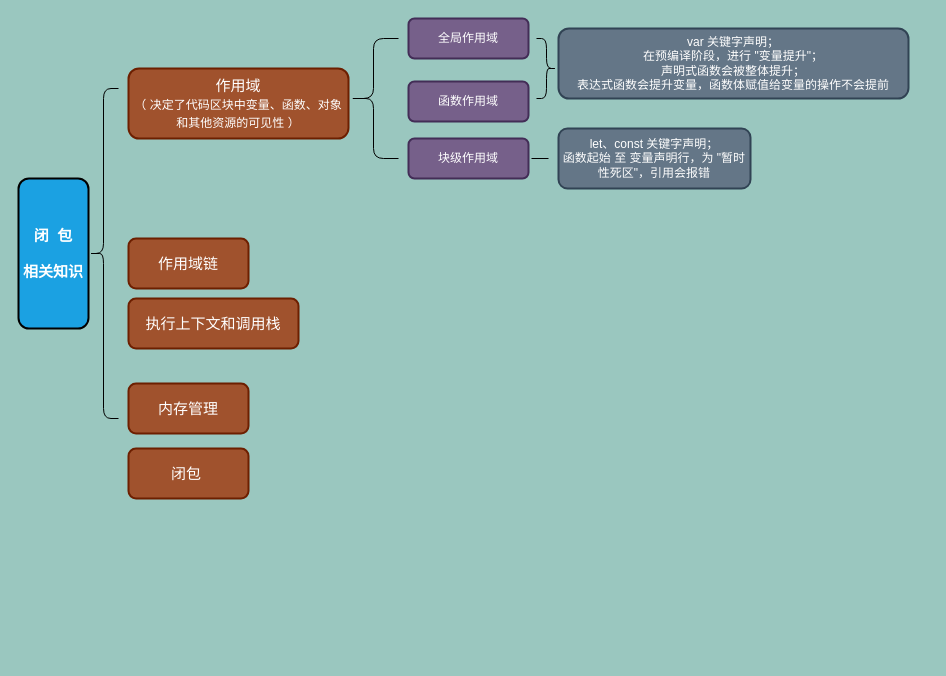
Earlier version of the draw.io diagram 闭包.drawio (arrayListTwo/draw). Source tidied: cells renumbered, new cells numbered last; positions are measured from the earlier drawing's top-left corner, leaving out a move shared by most shapes. Both pictures are drawn from the tidied source at 100%, with x=0, y=0 at pixel (18, 18).
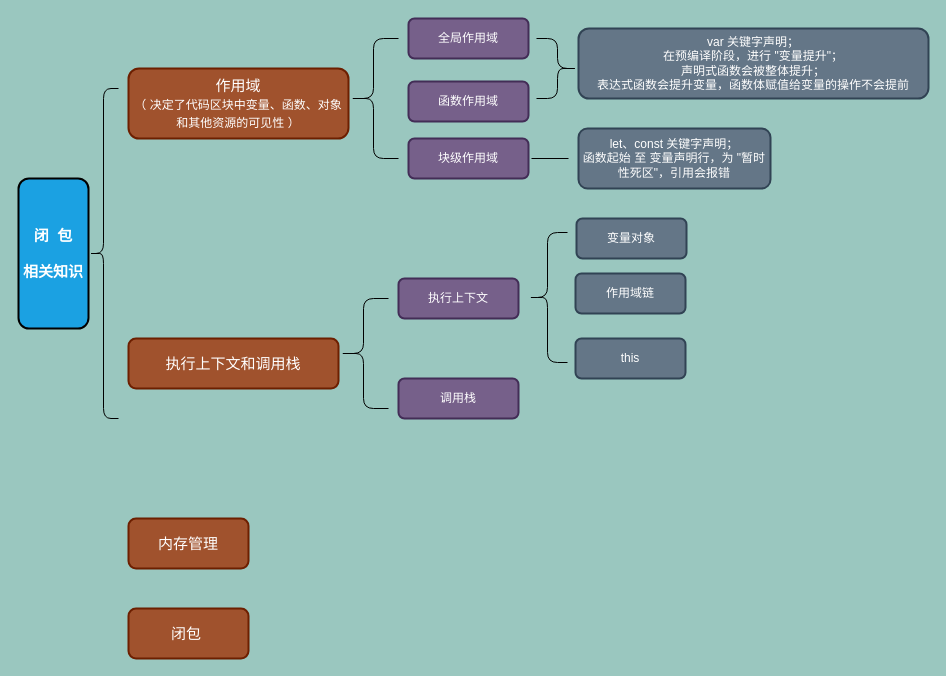
Above is the later version.

Diff of the diagram source:
```diff
@@
-    <mxCell id="4" value="作用域链" style="whiteSpace=wrap;html=1;strokeWidth=2;fillWeight=4;hachureGap=8;hachureAngle=45;fillColor=#a0522d;fillStyle=solid;fontSize=15;fontColor=#ffffff;strokeColor=#6D1F00;rounded=1;" parent="1" vertex="1">
-      <mxGeometry x="110" y="220" width="120" height="50" as="geometry" />
-    </mxCell>
     <mxCell id="5" value="执行上下文和调用栈" style="whiteSpace=wrap;html=1;strokeWidth=2;fillWeight=4;hachureGap=8;hachureAngle=45;fillColor=#a0522d;fillStyle=solid;fontSize=15;fontColor=#ffffff;strokeColor=#6D1F00;rounded=1;" parent="1" vertex="1">
-      <mxGeometry x="110" y="280" width="170" height="50" as="geometry" />
+      <mxGeometry x="110" y="320" width="210" height="50" as="geometry" />
     </mxCell>
     <mxCell id="6" value="内存管理" style="whiteSpace=wrap;html=1;strokeWidth=2;fillWeight=4;hachureGap=8;hachureAngle=45;fillColor=#a0522d;fillStyle=solid;fontSize=15;fontColor=#ffffff;strokeColor=#6D1F00;rounded=1;" parent="1" vertex="1">
-      <mxGeometry x="110" y="365" width="120" height="50" as="geometry" />
+      <mxGeometry x="110" y="500" width="120" height="50" as="geometry" />
     </mxCell>
     <mxCell id="7" value="闭包&amp;nbsp;" style="whiteSpace=wrap;html=1;strokeWidth=2;fillWeight=4;hachureGap=8;hachureAngle=45;fillColor=#a0522d;fillStyle=solid;fontSize=15;fontColor=#ffffff;strokeColor=#6D1F00;rounded=1;" parent="1" vertex="1">
-      <mxGeometry x="110" y="430" width="120" height="50" as="geometry" />
+      <mxGeometry x="110" y="590" width="120" height="50" as="geometry" />
     </mxCell>
@@
     <mxCell id="13" value="let、const 关键字声明；&lt;br&gt;函数起始 至 变量声明行，为 &quot;暂时性死区&quot;，引用会报错" style="whiteSpace=wrap;html=1;strokeWidth=2;fillWeight=4;hachureGap=8;hachureAngle=45;fillColor=#647687;fillStyle=solid;fontSize=12;fontColor=#ffffff;strokeColor=#314354;rounded=1;" parent="1" vertex="1">
-      <mxGeometry x="540" y="110" width="192" height="60" as="geometry" />
+      <mxGeometry x="560" y="110" width="192" height="60" as="geometry" />
     </mxCell>
     <mxCell id="14" value="var 关键字声明；&lt;br&gt;在预编译阶段，进行 &quot;变量提升&quot;；&lt;br&gt;声明式函数会被整体提升；&lt;br&gt;表达式函数会提升变量，函数体赋值给变量的操作不会提前" style="whiteSpace=wrap;html=1;strokeWidth=2;fillWeight=4;hachureGap=8;hachureAngle=45;fillColor=#647687;fillStyle=solid;fontSize=12;fontColor=#ffffff;strokeColor=#314354;rounded=1;" parent="1" vertex="1">
-      <mxGeometry x="540" y="10" width="350" height="70" as="geometry" />
+      <mxGeometry x="560" y="10" width="350" height="70" as="geometry" />
     </mxCell>
     <mxCell id="15" style="shape=curlyBracket;whiteSpace=wrap;html=1;flipH=1;fillStyle=solid;fontSize=12;fontColor=#FFFFFF;fillColor=#A5674A;gradientColor=none;rounded=1;" parent="1" vertex="1">
-      <mxGeometry x="518" y="20" width="20" height="60" as="geometry" />
+      <mxGeometry x="518" y="20" width="42" height="60" as="geometry" />
     </mxCell>
     <mxCell id="16" style="line;strokeWidth=1;html=1;perimeter=backbonePerimeter;fillStyle=solid;fontSize=12;fontColor=#FFFFFF;fillColor=#A5674A;gradientColor=none;rounded=1;" parent="1" vertex="1">
-      <mxGeometry x="513" y="135" width="17" height="10" as="geometry" />
+      <mxGeometry x="513" y="135" width="37" height="10" as="geometry" />
     </mxCell>
+    <mxCell id="17" value="执行上下文" style="whiteSpace=wrap;html=1;strokeWidth=2;fillWeight=4;hachureGap=8;hachureAngle=45;fillColor=#76608a;fillStyle=solid;fontSize=12;fontColor=#ffffff;strokeColor=#432D57;rounded=1;" parent="1" vertex="1">
+      <mxGeometry x="380" y="260" width="120" height="40" as="geometry" />
+    </mxCell>
+    <mxCell id="18" value="调用栈" style="whiteSpace=wrap;html=1;strokeWidth=2;fillWeight=4;hachureGap=8;hachureAngle=45;fillColor=#76608a;fillStyle=solid;fontSize=12;fontColor=#ffffff;strokeColor=#432D57;rounded=1;" parent="1" vertex="1">
+      <mxGeometry x="380" y="360" width="120" height="40" as="geometry" />
+    </mxCell>
+    <mxCell id="19" value="变量对象" style="whiteSpace=wrap;html=1;strokeWidth=2;fillWeight=4;hachureGap=8;hachureAngle=45;fillColor=#647687;fillStyle=solid;fontSize=12;fontColor=#ffffff;strokeColor=#314354;rounded=1;" parent="1" vertex="1">
+      <mxGeometry x="558" y="200" width="110" height="40" as="geometry" />
+    </mxCell>
+    <mxCell id="4" value="作用域链" style="whiteSpace=wrap;html=1;strokeWidth=2;fillWeight=4;hachureGap=8;hachureAngle=45;fillColor=#647687;fillStyle=solid;fontSize=12;fontColor=#ffffff;strokeColor=#314354;rounded=1;" parent="1" vertex="1">
+      <mxGeometry x="557" y="255" width="110" height="40" as="geometry" />
+    </mxCell>
+    <mxCell id="20" value="this" style="whiteSpace=wrap;html=1;strokeWidth=2;fillWeight=4;hachureGap=8;hachureAngle=45;fillColor=#647687;fillStyle=solid;fontSize=12;fontColor=#ffffff;strokeColor=#314354;rounded=1;" parent="1" vertex="1">
+      <mxGeometry x="557" y="320" width="110" height="40" as="geometry" />
+    </mxCell>
+    <mxCell id="21" style="shape=curlyBracket;whiteSpace=wrap;html=1;fillStyle=solid;fontSize=12;fontColor=#FFFFFF;fillColor=#A5674A;gradientColor=none;rounded=1;" parent="1" vertex="1">
+      <mxGeometry x="509" y="214" width="40" height="130" as="geometry" />
+    </mxCell>
+    <mxCell id="22" style="shape=curlyBracket;whiteSpace=wrap;html=1;fillStyle=solid;fontSize=12;fontColor=#FFFFFF;fillColor=#A5674A;gradientColor=none;rounded=1;" parent="1" vertex="1">
+      <mxGeometry x="320" y="280" width="50" height="110" as="geometry" />
+    </mxCell>
```
